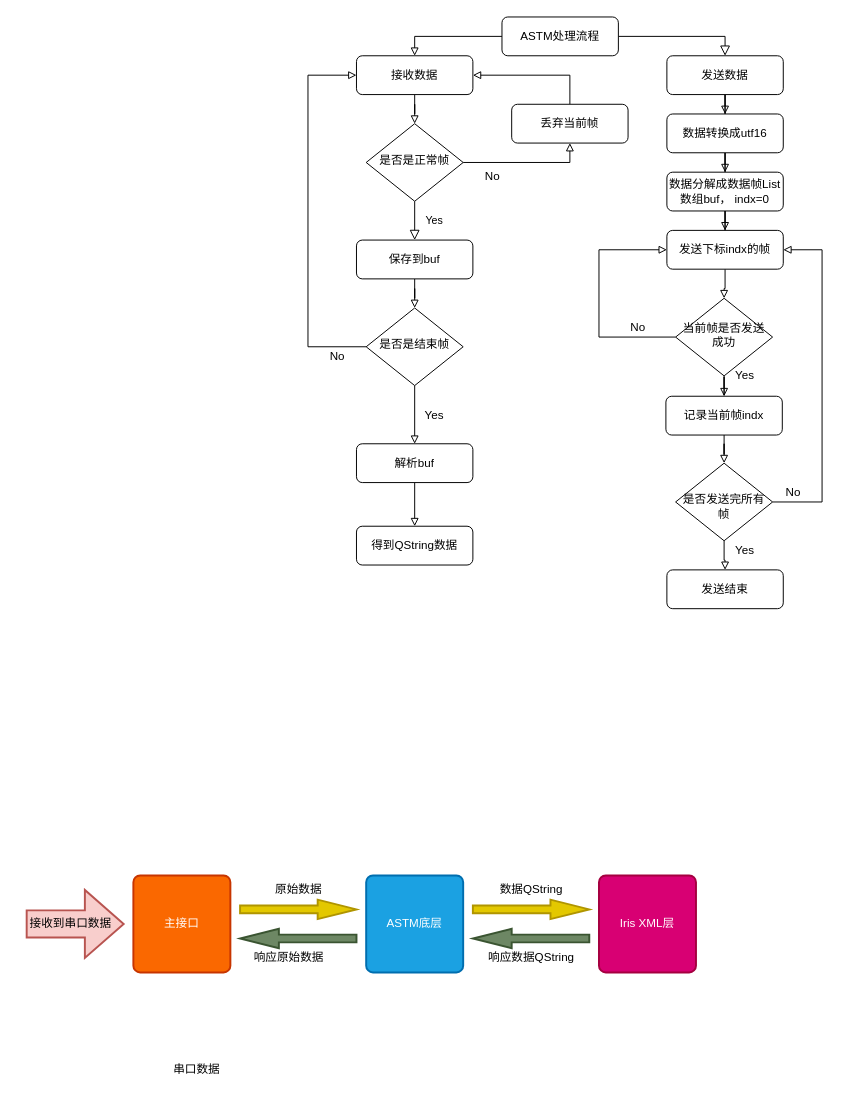
Earlier version of the draw.io diagram ASTM流程图.drawio (helen-xh/qt-installer-firmware). Source tidied: cells renumbered, new cells numbered last; positions are measured from the earlier drawing's top-left corner, leaving out a move shared by most shapes. Both pictures are drawn from the tidied source at 97%, with x=0, y=0 at pixel (16, 16).
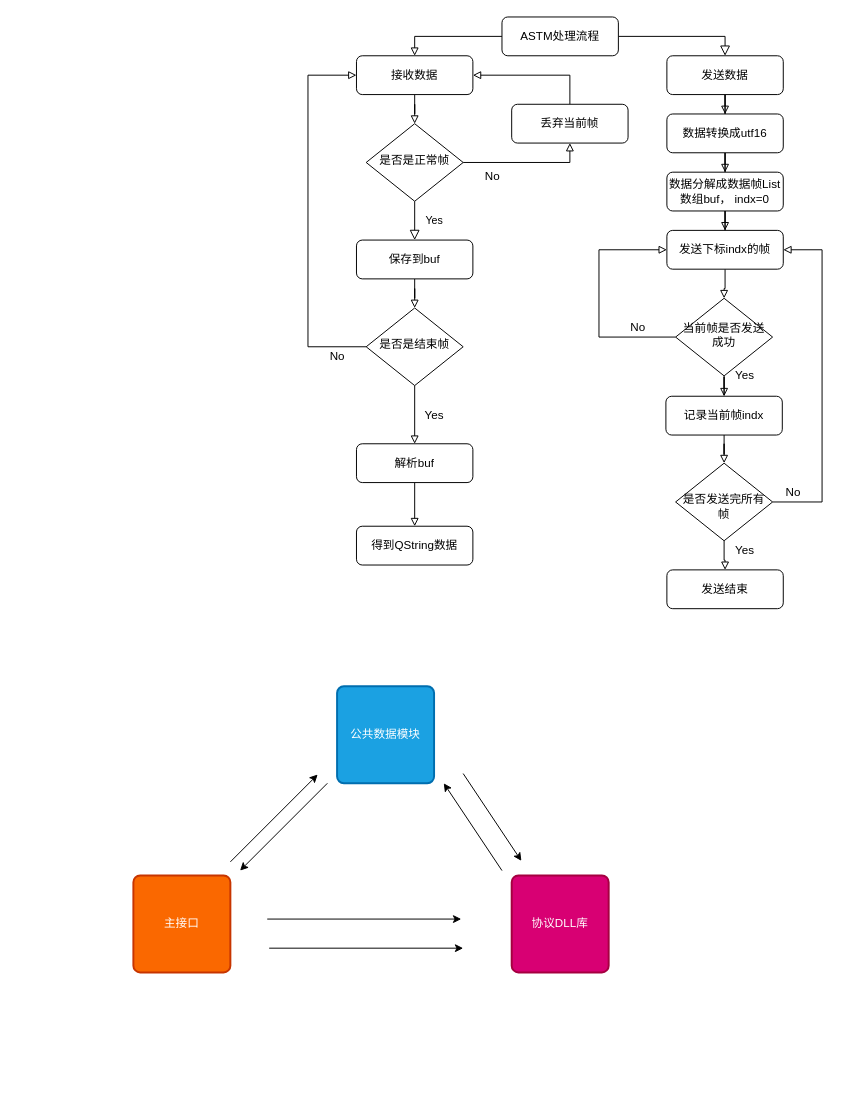
After the change.

Commit message:
更新ASTM流程图.drawio

Diff of the diagram source:
```diff
@@
-    <mxCell id="44" style="verticalLabelPosition=bottom;verticalAlign=top;html=1;strokeWidth=2;shape=mxgraph.arrows2.arrow;dy=0.6;dx=40;notch=0;fillColor=#f8cecc;strokeColor=#b85450;" parent="1" vertex="1">
-      <mxGeometry x="10" y="900" width="100" height="70" as="geometry" />
-    </mxCell>
-    <mxCell id="45" value="ASTM底层" style="rounded=1;whiteSpace=wrap;html=1;absoluteArcSize=1;arcSize=14;strokeWidth=2;fillColor=#1ba1e2;strokeColor=#006EAF;fontColor=#ffffff;" parent="1" vertex="1">
-      <mxGeometry x="360" y="885" width="100" height="100" as="geometry" />
+    <mxCell id="45" value="&lt;div&gt;公共数据模块&lt;/div&gt;" style="rounded=1;whiteSpace=wrap;html=1;absoluteArcSize=1;arcSize=14;strokeWidth=2;fillColor=#1ba1e2;strokeColor=#006EAF;fontColor=#ffffff;" parent="1" vertex="1">
+      <mxGeometry x="330" y="690" width="100" height="100" as="geometry" />
     </mxCell>
-    <mxCell id="46" value="Iris XML层" style="rounded=1;whiteSpace=wrap;html=1;absoluteArcSize=1;arcSize=14;strokeWidth=2;fillColor=#d80073;strokeColor=#A50040;fontColor=#ffffff;" parent="1" vertex="1">
-      <mxGeometry x="600" y="885" width="100" height="100" as="geometry" />
+    <mxCell id="46" value="协议DLL库" style="rounded=1;whiteSpace=wrap;html=1;absoluteArcSize=1;arcSize=14;strokeWidth=2;fillColor=#d80073;strokeColor=#A50040;fontColor=#ffffff;" parent="1" vertex="1">
+      <mxGeometry x="510" y="885" width="100" height="100" as="geometry" />
     </mxCell>
-    <mxCell id="47" value="串口数据" style="text;html=1;align=center;verticalAlign=middle;strokeColor=none;fillColor=none;" parent="1" vertex="1">
-      <mxGeometry x="150" y="1070" width="70" height="30" as="geometry" />
-    </mxCell>
-    <mxCell id="48" style="verticalLabelPosition=bottom;verticalAlign=top;html=1;strokeWidth=2;shape=mxgraph.arrows2.arrow;dy=0.6;dx=40;notch=0;fontColor=#000000;fillColor=#e3c800;strokeColor=#B09500;" parent="1" vertex="1">
-      <mxGeometry x="470" y="910" width="120" height="20" as="geometry" />
-    </mxCell>
-    <mxCell id="49" style="verticalLabelPosition=bottom;verticalAlign=top;html=1;strokeWidth=2;shape=mxgraph.arrows2.arrow;dy=0.6;dx=40;notch=0;fontColor=#ffffff;direction=west;fillColor=#6d8764;strokeColor=#3A5431;" parent="1" vertex="1">
-      <mxGeometry x="470" y="940" width="120" height="20" as="geometry" />
-    </mxCell>
-    <mxCell id="50" value="响应数据QString" style="text;html=1;align=center;verticalAlign=middle;strokeColor=none;fillColor=none;fontColor=#000000;" parent="1" vertex="1">
-      <mxGeometry x="475" y="955" width="110" height="30" as="geometry" />
-    </mxCell>
-    <mxCell id="51" value="数据QString" style="text;html=1;align=center;verticalAlign=middle;strokeColor=none;fillColor=none;fontColor=#000000;" parent="1" vertex="1">
-      <mxGeometry x="485" y="885" width="90" height="30" as="geometry" />
-    </mxCell>
@@
-    <mxCell id="53" style="verticalLabelPosition=bottom;verticalAlign=top;html=1;strokeWidth=2;shape=mxgraph.arrows2.arrow;dy=0.6;dx=40;notch=0;fontColor=#000000;fillColor=#e3c800;strokeColor=#B09500;" parent="1" vertex="1">
-      <mxGeometry x="230" y="910" width="120" height="20" as="geometry" />
-    </mxCell>
-    <mxCell id="54" style="verticalLabelPosition=bottom;verticalAlign=top;html=1;strokeWidth=2;shape=mxgraph.arrows2.arrow;dy=0.6;dx=40;notch=0;fontColor=#ffffff;direction=west;fillColor=#6d8764;strokeColor=#3A5431;" parent="1" vertex="1">
-      <mxGeometry x="230" y="940" width="120" height="20" as="geometry" />
-    </mxCell>
-    <mxCell id="55" value="接收到串口数据" style="text;html=1;align=center;verticalAlign=middle;strokeColor=none;fillColor=none;fontColor=#000000;" parent="1" vertex="1">
-      <mxGeometry y="920" width="110" height="30" as="geometry" />
-    </mxCell>
-    <mxCell id="56" value="原始数据" style="text;html=1;align=center;verticalAlign=middle;strokeColor=none;fillColor=none;fontColor=#000000;" parent="1" vertex="1">
-      <mxGeometry x="255" y="885" width="70" height="30" as="geometry" />
-    </mxCell>
-    <mxCell id="57" value="响应原始数据" style="text;html=1;align=center;verticalAlign=middle;strokeColor=none;fillColor=none;fontColor=#000000;" parent="1" vertex="1">
-      <mxGeometry x="230" y="955" width="100" height="30" as="geometry" />
-    </mxCell>
+    <mxCell id="58" style="endArrow=classic;html=1;rounded=0;" parent="1" edge="1">
+      <mxGeometry relative="1" as="geometry">
+        <mxPoint x="220" y="871" as="sourcePoint" />
+        <mxPoint x="310" y="781" as="targetPoint" />
+      </mxGeometry>
+    </mxCell>
+    <mxCell id="59" style="endArrow=none;html=1;rounded=0;startArrow=classic;startFill=1;endFill=0;" parent="1" edge="1">
+      <mxGeometry relative="1" as="geometry">
+        <mxPoint x="230" y="880" as="sourcePoint" />
+        <mxPoint x="320" y="790" as="targetPoint" />
+      </mxGeometry>
+    </mxCell>
+    <mxCell id="60" style="endArrow=classic;html=1;rounded=0;" parent="1" edge="1">
+      <mxGeometry relative="1" as="geometry">
+        <mxPoint x="500" y="880" as="sourcePoint" />
+        <mxPoint x="440" y="790" as="targetPoint" />
+      </mxGeometry>
+    </mxCell>
+    <mxCell id="61" style="endArrow=none;html=1;rounded=0;startArrow=classic;startFill=1;endFill=0;" parent="1" edge="1">
+      <mxGeometry relative="1" as="geometry">
+        <mxPoint x="520" y="870" as="sourcePoint" />
+        <mxPoint x="460" y="780" as="targetPoint" />
+      </mxGeometry>
+    </mxCell>
+    <mxCell id="62" style="endArrow=classic;html=1;rounded=0;" parent="1" edge="1">
+      <mxGeometry relative="1" as="geometry">
+        <mxPoint x="258" y="930" as="sourcePoint" />
+        <mxPoint x="458" y="930" as="targetPoint" />
+      </mxGeometry>
+    </mxCell>
+    <mxCell id="63" style="endArrow=classic;html=1;rounded=0;" parent="1" edge="1">
+      <mxGeometry relative="1" as="geometry">
+        <mxPoint x="260" y="960" as="sourcePoint" />
+        <mxPoint x="460" y="960" as="targetPoint" />
+      </mxGeometry>
+    </mxCell>
```
